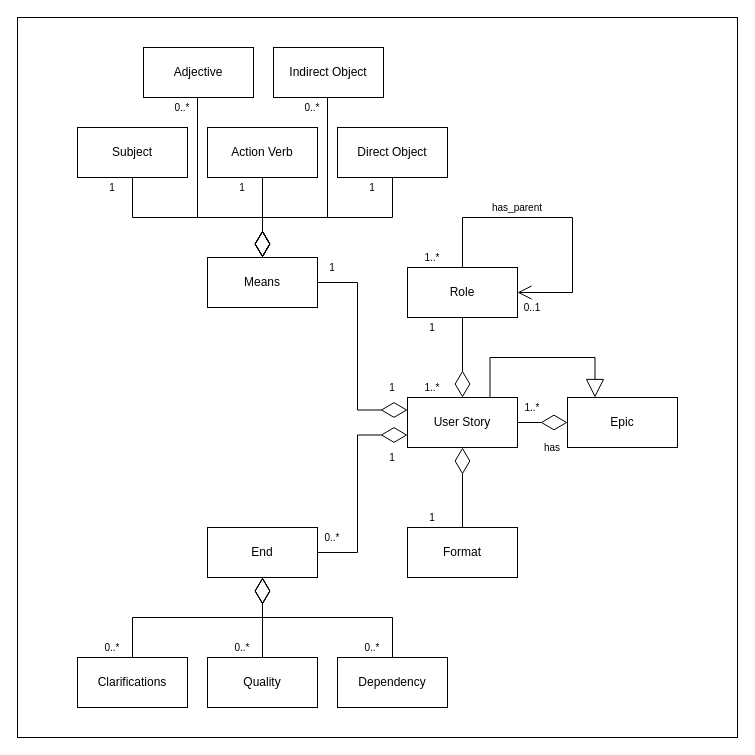
The draw.io diagram user_story_class_diagram.drawio in info-marceloramirez/architect_toolbox, before the edit. Source tidied: cells renumbered, new cells numbered last; positions are measured from the earlier drawing's top-left corner, leaving out a move shared by most shapes. Both pictures are drawn from the tidied source at 100%, with x=0, y=0 at pixel (17, 17).
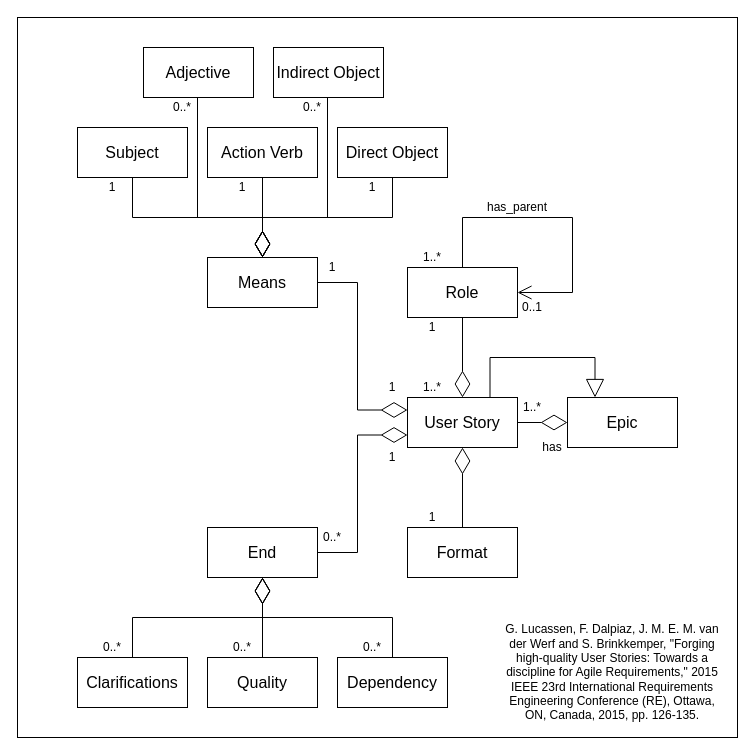
Above is the later version.

Diff of the diagram source:
```diff
@@
+    <mxCell id="43" style="whiteSpace=wrap;html=1;fontColor=default;fillColor=none;" parent="1" vertex="1">
+      <mxGeometry width="720" height="720" as="geometry" />
+    </mxCell>
-    <mxCell id="2" value="Adjective" style="html=1;whiteSpace=wrap;" parent="1" vertex="1">
+    <mxCell id="2" value="Adjective" style="html=1;whiteSpace=wrap;fontSize=16;" parent="1" vertex="1">
       <mxGeometry x="126" y="30" width="110" height="50" as="geometry" />
     </mxCell>
-    <mxCell id="3" value="Subject" style="html=1;whiteSpace=wrap;" parent="1" vertex="1">
+    <mxCell id="3" value="Subject" style="html=1;whiteSpace=wrap;fontSize=16;" parent="1" vertex="1">
       <mxGeometry x="60" y="110" width="110" height="50" as="geometry" />
     </mxCell>
-    <mxCell id="4" value="Action Verb" style="html=1;whiteSpace=wrap;" parent="1" vertex="1">
+    <mxCell id="4" value="Action Verb" style="html=1;whiteSpace=wrap;fontSize=16;" parent="1" vertex="1">
       <mxGeometry x="190" y="110" width="110" height="50" as="geometry" />
     </mxCell>
-    <mxCell id="5" value="Indirect Object" style="html=1;whiteSpace=wrap;" parent="1" vertex="1">
+    <mxCell id="5" value="Indirect Object" style="html=1;whiteSpace=wrap;fontSize=16;" parent="1" vertex="1">
       <mxGeometry x="256" y="30" width="110" height="50" as="geometry" />
     </mxCell>
-    <mxCell id="6" value="Direct Object" style="html=1;whiteSpace=wrap;" parent="1" vertex="1">
+    <mxCell id="6" value="Direct Object" style="html=1;whiteSpace=wrap;fontSize=16;" parent="1" vertex="1">
       <mxGeometry x="320" y="110" width="110" height="50" as="geometry" />
     </mxCell>
-    <mxCell id="7" value="Means" style="html=1;whiteSpace=wrap;" parent="1" vertex="1">
+    <mxCell id="7" value="Means" style="html=1;whiteSpace=wrap;fontSize=16;" parent="1" vertex="1">
       <mxGeometry x="190" y="240" width="110" height="50" as="geometry" />
     </mxCell>
-    <mxCell id="8" value="User Story" style="html=1;whiteSpace=wrap;" parent="1" vertex="1">
+    <mxCell id="8" value="User Story" style="html=1;whiteSpace=wrap;fontSize=16;" parent="1" vertex="1">
       <mxGeometry x="390" y="380" width="110" height="50" as="geometry" />
     </mxCell>
@@
-    <mxCell id="10" value="Epic" style="html=1;whiteSpace=wrap;" parent="1" vertex="1">
+    <mxCell id="10" value="Epic" style="html=1;whiteSpace=wrap;fontSize=16;" parent="1" vertex="1">
       <mxGeometry x="550" y="380" width="110" height="50" as="geometry" />
     </mxCell>
@@
-    <mxCell id="12" value="Role" style="html=1;whiteSpace=wrap;" parent="1" vertex="1">
+    <mxCell id="12" value="Role" style="html=1;whiteSpace=wrap;fontSize=16;" parent="1" vertex="1">
       <mxGeometry x="390" y="250" width="110" height="50" as="geometry" />
     </mxCell>
-    <mxCell id="13" value="Format" style="html=1;whiteSpace=wrap;" parent="1" vertex="1">
+    <mxCell id="13" value="Format" style="html=1;whiteSpace=wrap;fontSize=16;" parent="1" vertex="1">
       <mxGeometry x="390" y="510" width="110" height="50" as="geometry" />
     </mxCell>
@@
-    <mxCell id="16" value="Clarifications" style="html=1;whiteSpace=wrap;" parent="1" vertex="1">
+    <mxCell id="16" value="Clarifications" style="html=1;whiteSpace=wrap;fontSize=16;" parent="1" vertex="1">
       <mxGeometry x="60" y="640" width="110" height="50" as="geometry" />
     </mxCell>
-    <mxCell id="17" value="Quality" style="html=1;whiteSpace=wrap;" parent="1" vertex="1">
+    <mxCell id="17" value="Quality" style="html=1;whiteSpace=wrap;fontSize=16;" parent="1" vertex="1">
       <mxGeometry x="190" y="640" width="110" height="50" as="geometry" />
     </mxCell>
-    <mxCell id="18" value="Dependency" style="html=1;whiteSpace=wrap;" parent="1" vertex="1">
+    <mxCell id="18" value="Dependency" style="html=1;whiteSpace=wrap;fontSize=16;" parent="1" vertex="1">
       <mxGeometry x="320" y="640" width="110" height="50" as="geometry" />
     </mxCell>
-    <mxCell id="19" value="End" style="html=1;whiteSpace=wrap;" parent="1" vertex="1">
+    <mxCell id="19" value="End" style="html=1;whiteSpace=wrap;fontSize=16;" parent="1" vertex="1">
       <mxGeometry x="190" y="510" width="110" height="50" as="geometry" />
     </mxCell>
@@
-    <mxCell id="23" value="1" style="text;html=1;align=center;verticalAlign=middle;whiteSpace=wrap;rounded=0;fontSize=10;" parent="1" vertex="1">
+    <mxCell id="23" value="1" style="text;html=1;align=center;verticalAlign=middle;whiteSpace=wrap;rounded=0;fontSize=12;" parent="1" vertex="1">
       <mxGeometry x="80" y="160" width="30" height="20" as="geometry" />
     </mxCell>
-    <mxCell id="24" value="1" style="text;html=1;align=center;verticalAlign=middle;whiteSpace=wrap;rounded=0;fontSize=10;" parent="1" vertex="1">
+    <mxCell id="24" value="1" style="text;html=1;align=center;verticalAlign=middle;whiteSpace=wrap;rounded=0;fontSize=12;" parent="1" vertex="1">
       <mxGeometry x="210" y="160" width="30" height="20" as="geometry" />
     </mxCell>
-    <mxCell id="25" value="0..*" style="text;html=1;align=center;verticalAlign=middle;whiteSpace=wrap;rounded=0;fontSize=10;" parent="1" vertex="1">
+    <mxCell id="25" value="0..*" style="text;html=1;align=center;verticalAlign=middle;whiteSpace=wrap;rounded=0;fontSize=12;" parent="1" vertex="1">
       <mxGeometry x="150" y="80" width="30" height="20" as="geometry" />
     </mxCell>
-    <mxCell id="26" value="1" style="text;html=1;align=center;verticalAlign=middle;whiteSpace=wrap;rounded=0;fontSize=10;" parent="1" vertex="1">
+    <mxCell id="26" value="1" style="text;html=1;align=center;verticalAlign=middle;whiteSpace=wrap;rounded=0;fontSize=12;" parent="1" vertex="1">
       <mxGeometry x="340" y="160" width="30" height="20" as="geometry" />
     </mxCell>
-    <mxCell id="27" value="0..*" style="text;html=1;align=center;verticalAlign=middle;whiteSpace=wrap;rounded=0;fontSize=10;" parent="1" vertex="1">
+    <mxCell id="27" value="0..*" style="text;html=1;align=center;verticalAlign=middle;whiteSpace=wrap;rounded=0;fontSize=12;" parent="1" vertex="1">
       <mxGeometry x="280" y="80" width="30" height="20" as="geometry" />
     </mxCell>
-    <mxCell id="28" value="1" style="text;html=1;align=center;verticalAlign=middle;whiteSpace=wrap;rounded=0;fontSize=10;" parent="1" vertex="1">
+    <mxCell id="28" value="1" style="text;html=1;align=center;verticalAlign=middle;whiteSpace=wrap;rounded=0;fontSize=12;" parent="1" vertex="1">
       <mxGeometry x="300" y="240" width="30" height="20" as="geometry" />
     </mxCell>
-    <mxCell id="29" value="0..*" style="text;html=1;align=center;verticalAlign=middle;whiteSpace=wrap;rounded=0;fontSize=10;" parent="1" vertex="1">
+    <mxCell id="29" value="0..*" style="text;html=1;align=center;verticalAlign=middle;whiteSpace=wrap;rounded=0;fontSize=12;" parent="1" vertex="1">
       <mxGeometry x="340" y="620" width="30" height="20" as="geometry" />
     </mxCell>
-    <mxCell id="30" value="0..*" style="text;html=1;align=center;verticalAlign=middle;whiteSpace=wrap;rounded=0;fontSize=10;" parent="1" vertex="1">
+    <mxCell id="30" value="0..*" style="text;html=1;align=center;verticalAlign=middle;whiteSpace=wrap;rounded=0;fontSize=12;" parent="1" vertex="1">
       <mxGeometry x="210" y="620" width="30" height="20" as="geometry" />
     </mxCell>
-    <mxCell id="31" value="0..*" style="text;html=1;align=center;verticalAlign=middle;whiteSpace=wrap;rounded=0;fontSize=10;" parent="1" vertex="1">
+    <mxCell id="31" value="0..*" style="text;html=1;align=center;verticalAlign=middle;whiteSpace=wrap;rounded=0;fontSize=12;" parent="1" vertex="1">
       <mxGeometry x="80" y="620" width="30" height="20" as="geometry" />
     </mxCell>
-    <mxCell id="32" value="0..*" style="text;html=1;align=center;verticalAlign=middle;whiteSpace=wrap;rounded=0;fontSize=10;" parent="1" vertex="1">
+    <mxCell id="32" value="0..*" style="text;html=1;align=center;verticalAlign=middle;whiteSpace=wrap;rounded=0;fontSize=12;" parent="1" vertex="1">
       <mxGeometry x="300" y="510" width="30" height="20" as="geometry" />
     </mxCell>
-    <mxCell id="33" value="1" style="text;html=1;align=center;verticalAlign=middle;whiteSpace=wrap;rounded=0;fontSize=10;" parent="1" vertex="1">
+    <mxCell id="33" value="1" style="text;html=1;align=center;verticalAlign=middle;whiteSpace=wrap;rounded=0;fontSize=12;" parent="1" vertex="1">
       <mxGeometry x="360" y="360" width="30" height="20" as="geometry" />
     </mxCell>
-    <mxCell id="34" value="1" style="text;html=1;align=center;verticalAlign=middle;whiteSpace=wrap;rounded=0;fontSize=10;" parent="1" vertex="1">
+    <mxCell id="34" value="1" style="text;html=1;align=center;verticalAlign=middle;whiteSpace=wrap;rounded=0;fontSize=12;" parent="1" vertex="1">
       <mxGeometry x="360" y="430" width="30" height="20" as="geometry" />
     </mxCell>
-    <mxCell id="35" value="1" style="text;html=1;align=center;verticalAlign=middle;whiteSpace=wrap;rounded=0;fontSize=10;" parent="1" vertex="1">
+    <mxCell id="35" value="1" style="text;html=1;align=center;verticalAlign=middle;whiteSpace=wrap;rounded=0;fontSize=12;" parent="1" vertex="1">
       <mxGeometry x="400" y="490" width="30" height="20" as="geometry" />
     </mxCell>
-    <mxCell id="36" value="1" style="text;html=1;align=center;verticalAlign=middle;whiteSpace=wrap;rounded=0;fontSize=10;" parent="1" vertex="1">
+    <mxCell id="36" value="1" style="text;html=1;align=center;verticalAlign=middle;whiteSpace=wrap;rounded=0;fontSize=12;" parent="1" vertex="1">
       <mxGeometry x="400" y="300" width="30" height="20" as="geometry" />
     </mxCell>
-    <mxCell id="37" value="1..*" style="text;html=1;align=center;verticalAlign=middle;whiteSpace=wrap;rounded=0;fontSize=10;" parent="1" vertex="1">
+    <mxCell id="37" value="1..*" style="text;html=1;align=center;verticalAlign=middle;whiteSpace=wrap;rounded=0;fontSize=12;" parent="1" vertex="1">
       <mxGeometry x="400" y="360" width="30" height="20" as="geometry" />
     </mxCell>
-    <mxCell id="38" value="1..*" style="text;html=1;align=center;verticalAlign=middle;whiteSpace=wrap;rounded=0;fontSize=10;" parent="1" vertex="1">
+    <mxCell id="38" value="1..*" style="text;html=1;align=center;verticalAlign=middle;whiteSpace=wrap;rounded=0;fontSize=12;" parent="1" vertex="1">
       <mxGeometry x="500" y="380" width="30" height="20" as="geometry" />
     </mxCell>
-    <mxCell id="39" value="has" style="text;html=1;align=center;verticalAlign=middle;whiteSpace=wrap;rounded=0;fontSize=10;" parent="1" vertex="1">
+    <mxCell id="39" value="has" style="text;html=1;align=center;verticalAlign=middle;whiteSpace=wrap;rounded=0;fontSize=12;" parent="1" vertex="1">
       <mxGeometry x="520" y="420" width="30" height="20" as="geometry" />
     </mxCell>
-    <mxCell id="40" value="1..*" style="text;html=1;align=center;verticalAlign=middle;whiteSpace=wrap;rounded=0;fontSize=10;" parent="1" vertex="1">
+    <mxCell id="40" value="1..*" style="text;html=1;align=center;verticalAlign=middle;whiteSpace=wrap;rounded=0;fontSize=12;" parent="1" vertex="1">
       <mxGeometry x="400" y="230" width="30" height="20" as="geometry" />
     </mxCell>
-    <mxCell id="41" value="0..1" style="text;html=1;align=center;verticalAlign=middle;whiteSpace=wrap;rounded=0;fontSize=10;" parent="1" vertex="1">
+    <mxCell id="41" value="0..1" style="text;html=1;align=center;verticalAlign=middle;whiteSpace=wrap;rounded=0;fontSize=12;" parent="1" vertex="1">
       <mxGeometry x="500" y="280" width="30" height="20" as="geometry" />
     </mxCell>
-    <mxCell id="42" value="has_parent" style="text;html=1;align=center;verticalAlign=middle;whiteSpace=wrap;rounded=0;fontSize=10;" parent="1" vertex="1">
+    <mxCell id="42" value="has_parent" style="text;html=1;align=center;verticalAlign=middle;whiteSpace=wrap;rounded=0;fontSize=12;" parent="1" vertex="1">
       <mxGeometry x="460" y="180" width="80" height="20" as="geometry" />
     </mxCell>
-    <mxCell id="43" style="whiteSpace=wrap;html=1;fontColor=default;fillColor=none;" parent="1" vertex="1">
-      <mxGeometry width="720" height="720" as="geometry" />
-    </mxCell>
@@
+    <mxCell id="52" value="&lt;div&gt;G. Lucassen, F. Dalpiaz, J. M. E. M. van der Werf and S. Brinkkemper, &quot;Forging high-quality User Stories: Towards a discipline for Agile Requirements,&quot; 2015 IEEE 23rd International Requirements Engineering Conference (RE), Ottawa, ON, Canada, 2015, pp. 126-135.&lt;/div&gt;" style="text;html=1;align=center;verticalAlign=middle;whiteSpace=wrap;rounded=0;" parent="1" vertex="1">
+      <mxGeometry x="480" y="600" width="230" height="110" as="geometry" />
+    </mxCell>
```
